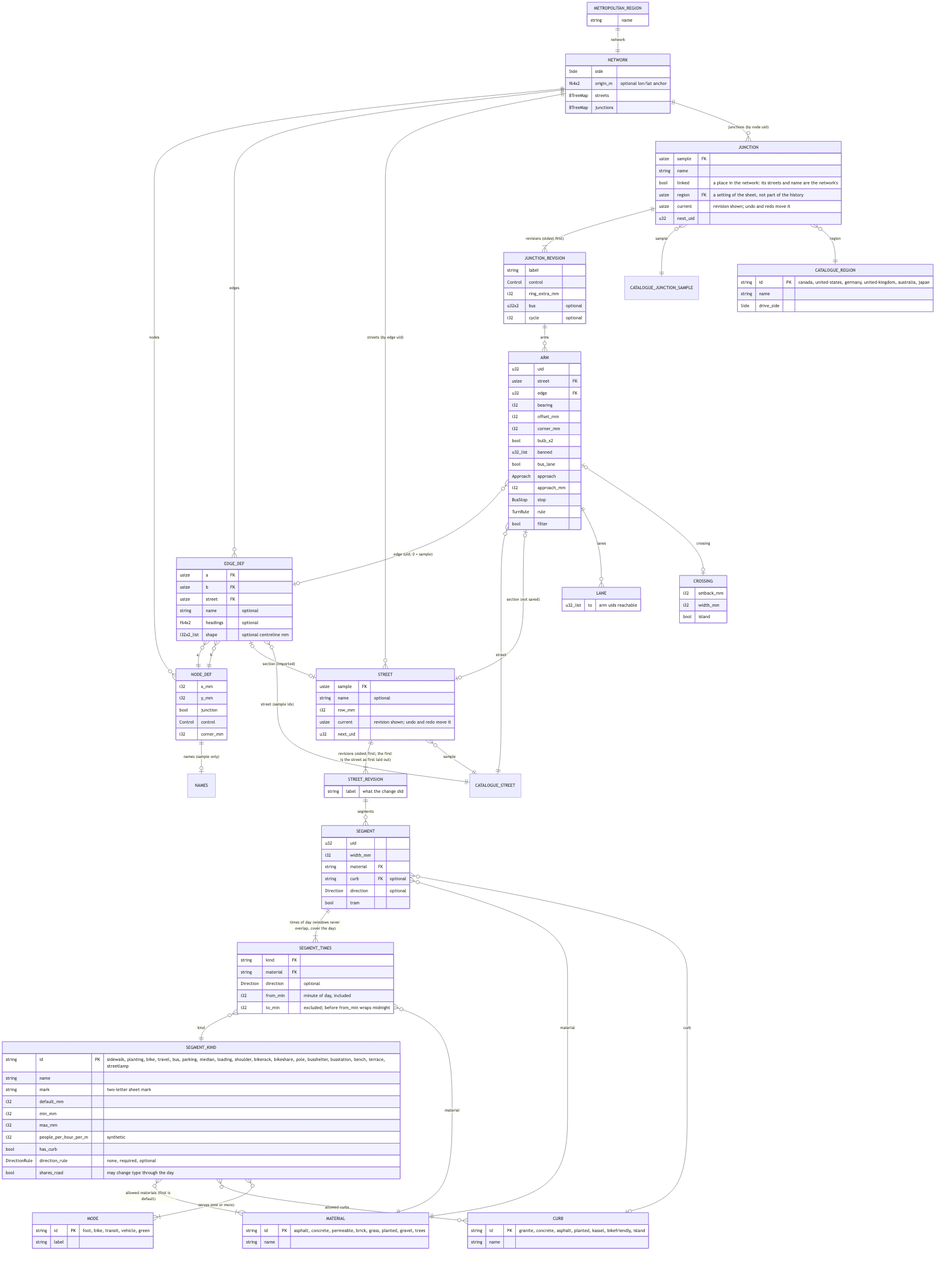
Earlier version of the Mermaid export docs/erd.png (alandovskis/cityloom). Its source is kept beside it as docs/erd.mmd. Source of this version:
```mermaid
erDiagram
    METROPOLITAN_REGION ||--|| NETWORK : "network"

    NETWORK ||--o{ NODE_DEF : nodes
    NETWORK ||--o{ EDGE_DEF : edges
    NETWORK ||--o{ STREET : "streets (by edge uid)"
    NETWORK ||--o{ JUNCTION : "junctions (by node uid)"
    JUNCTION ||--|{ JUNCTION_REVISION : "revisions (oldest first)"
    JUNCTION }o--|| CATALOGUE_JUNCTION_SAMPLE : sample
    JUNCTION }o--|| CATALOGUE_REGION : region
    NODE_DEF ||--o| NAMES : "names (sample only)"
    EDGE_DEF }o--|| NODE_DEF : "a"
    EDGE_DEF }o--|| NODE_DEF : "b"
    EDGE_DEF |o--o| STREET : "section (imported)"
    EDGE_DEF }o--|| CATALOGUE_STREET : "street (sample idx)"

    STREET ||--|{ STREET_REVISION : "revisions (oldest first; the first is the street as first laid out)"
    STREET_REVISION ||--o{ SEGMENT : segments
    STREET }o--|| CATALOGUE_STREET : "sample"
    SEGMENT ||--|{ SEGMENT_TIMES : "times of day (windows never overlap, cover the day)"
    SEGMENT_TIMES }o--|| SEGMENT_KIND : kind
    SEGMENT }o--|| MATERIAL : material
    SEGMENT }o--o| CURB : curb
    SEGMENT_TIMES }o--|| MATERIAL : material
    SEGMENT_KIND }o--|{ MATERIAL : "allowed materials (first is default)"
    SEGMENT_KIND }o--o{ CURB : "allowed curbs"
    SEGMENT_KIND }o--|{ MODE : "serves (one or more)"

    JUNCTION_REVISION ||--o{ ARM : arms
    ARM }o--o| EDGE_DEF : "edge (uid; 0 = sample)"
    ARM }o--|| CATALOGUE_STREET : "street"
    ARM |o--o| STREET : "section (not saved)"
    ARM ||--o{ LANE : lanes
    ARM |o--o| CROSSING : crossing

    METROPOLITAN_REGION {
        string name
    }
    NETWORK {
        Side side
        f64x2 origin_m "optional lon/lat anchor"
        BTreeMap streets
        BTreeMap junctions
    }
    NODE_DEF {
        i32 x_mm
        i32 y_mm
        bool junction
        Control control
        i32 corner_mm
    }
    EDGE_DEF {
        usize a FK
        usize b FK
        usize street FK
        string name "optional"
        f64x2 headings "optional"
        i32x2_list shape "optional centreline mm"
    }
    STREET {
        usize sample FK
        string name "optional"
        i32 row_mm
        usize current "revision shown; undo and redo move it"
        u32 next_uid
    }
    STREET_REVISION {
        string label "what the change did"
    }
    SEGMENT {
        u32 uid
        i32 width_mm
        string material FK
        string curb FK "optional"
        Direction direction "optional"
        bool tram
    }
    SEGMENT_TIMES {
        string kind FK
        string material FK
        Direction direction "optional"
        i32 from_min "minute of day, included"
        i32 to_min "excluded; before from_min wraps midnight"
    }
    SEGMENT_KIND {
        string id PK "sidewalk, planting, bike, travel, bus, parking, median, loading, shoulder, bikerack, bikeshare, pole, busshelter, busstation, bench, terrace, streetlamp"
        string name
        string mark "two-letter sheet mark"
        i32 default_mm
        i32 min_mm
        i32 max_mm
        i32 people_per_hour_per_m "synthetic"
        bool has_curb
        DirectionRule direction_rule "none, required, optional"
        bool shares_road "may change type through the day"
    }
    MODE {
        string id PK "foot, bike, transit, vehicle, green"
        string label
    }
    MATERIAL {
        string id PK "asphalt, concrete, permeable, brick, grass, planted, gravel, trees"
        string name
    }
    CURB {
        string id PK "granite, concrete, asphalt, planted, kassel, bikefriendly, island"
        string name
    }
    CATALOGUE_REGION {
        string id PK "canada, united-states, germany, united-kingdom, australia, japan"
        string name
        Side drive_side
    }
    JUNCTION {
        usize sample FK
        string name
        bool linked "a place in the network: its streets and name are the network's"
        usize region FK "a setting of the sheet, not part of the history"
        usize current "revision shown; undo and redo move it"
        u32 next_uid
    }
    JUNCTION_REVISION {
        string label
        Control control
        i32 ring_extra_mm
        u32x2 bus "optional"
        i32 cycle "optional"
    }
    ARM {
        u32 uid
        usize street FK
        u32 edge FK
        i32 bearing
        i32 offset_mm
        i32 corner_mm
        bool bulb_x2
        u32_list banned
        bool bus_lane
        Approach approach
        i32 approach_mm
        BusStop stop
        TurnRule rule
        bool filter
    }
    LANE {
        u32_list to "arm uids reachable"
    }
    CROSSING {
        i32 setback_mm
        i32 width_mm
        bool island
    }
```
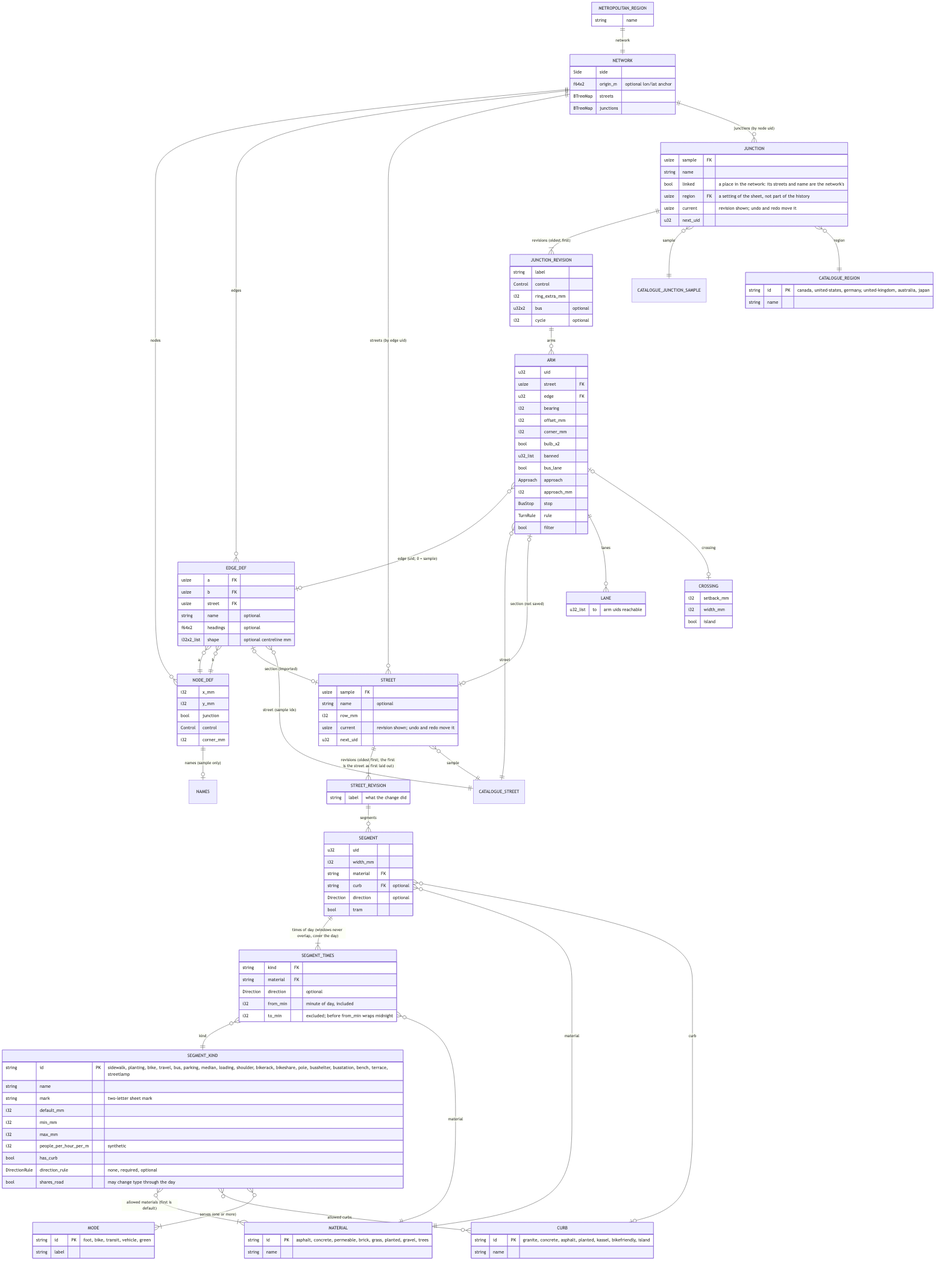
Above is the later version.

Commit message:
docs(erd): the network is the only source of the driving side

What changed in the source:
```diff
@@ -109,7 +109,6 @@
     CATALOGUE_REGION {
         string id PK "canada, united-states, germany, united-kingdom, australia, japan"
         string name
-        Side drive_side
     }
     JUNCTION {
         usize sample FK
```
